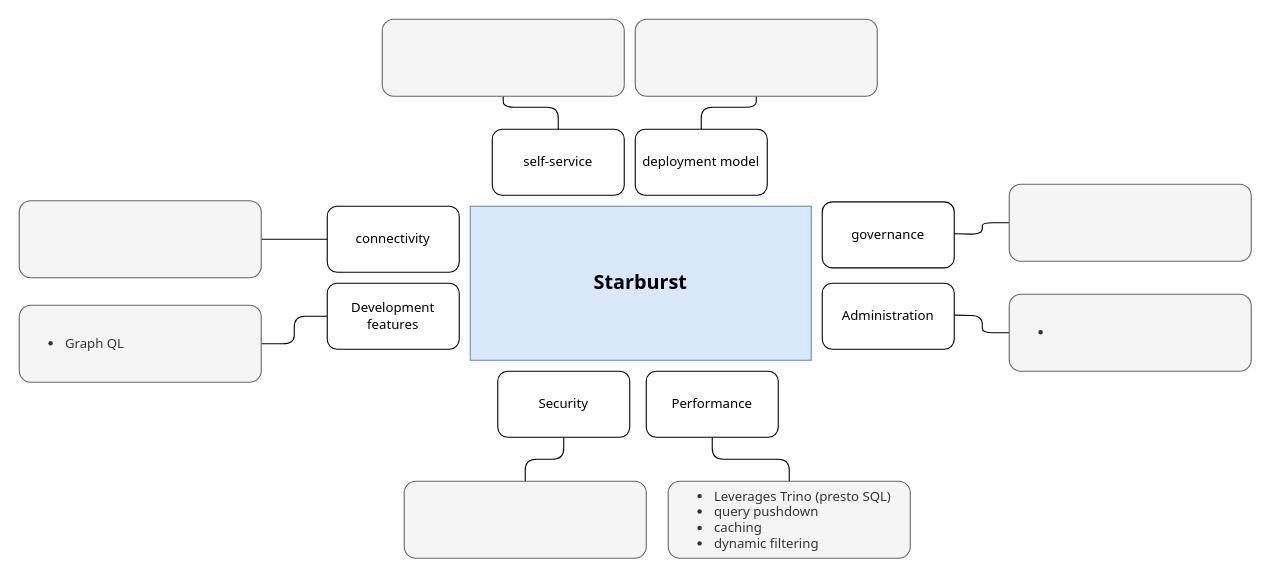
kanchantewary/MindMaps keeps this draw.io diagram as page "Starburst" (5 of 5) of data virtualization.drawio. Above is the earlier version. Source tidied: cells renumbered, new cells numbered last; positions are measured from the earlier drawing's top-left corner, leaving out a move shared by most shapes. Both pictures are drawn from the tidied source at 110%, with x=0, y=0 at pixel (19, 19).
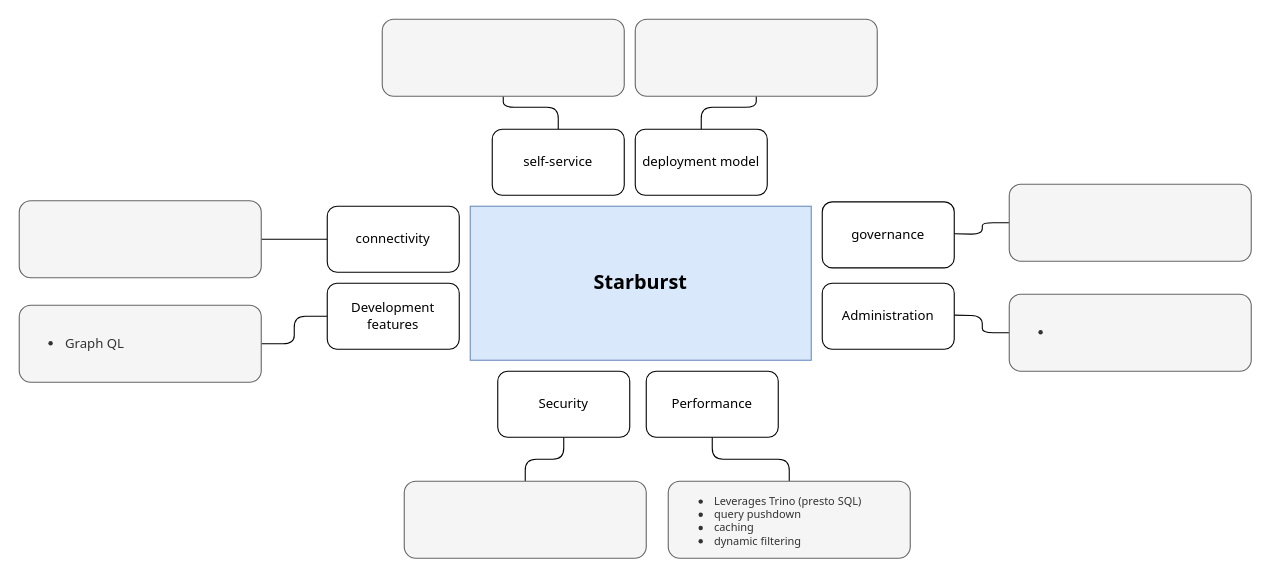
After the change.

The edit, as a diff of the source:
```diff
@@
-    <mxCell id="9" value="&lt;ul&gt;&lt;li&gt;Leverages Trino (presto SQL)&lt;/li&gt;&lt;li&gt;query pushdown&lt;/li&gt;&lt;li&gt;caching&lt;/li&gt;&lt;li&gt;dynamic filtering&lt;/li&gt;&lt;/ul&gt;" style="rounded=1;whiteSpace=wrap;html=1;fontFamily=Tahoma;fillColor=#f5f5f5;fontColor=#333333;strokeColor=#666666;align=left;" parent="1" vertex="1">
+    <mxCell id="9" value="&lt;ul style=&quot;font-size: 10px&quot;&gt;&lt;li&gt;Leverages Trino (presto SQL)&lt;/li&gt;&lt;li&gt;query pushdown&lt;/li&gt;&lt;li&gt;caching&lt;/li&gt;&lt;li&gt;dynamic filtering&lt;/li&gt;&lt;/ul&gt;" style="rounded=1;whiteSpace=wrap;html=1;fontFamily=Tahoma;fillColor=#f5f5f5;fontColor=#333333;strokeColor=#666666;align=left;" parent="1" vertex="1">
       <mxGeometry x="590" y="420" width="220" height="70" as="geometry" />
     </mxCell>
```
